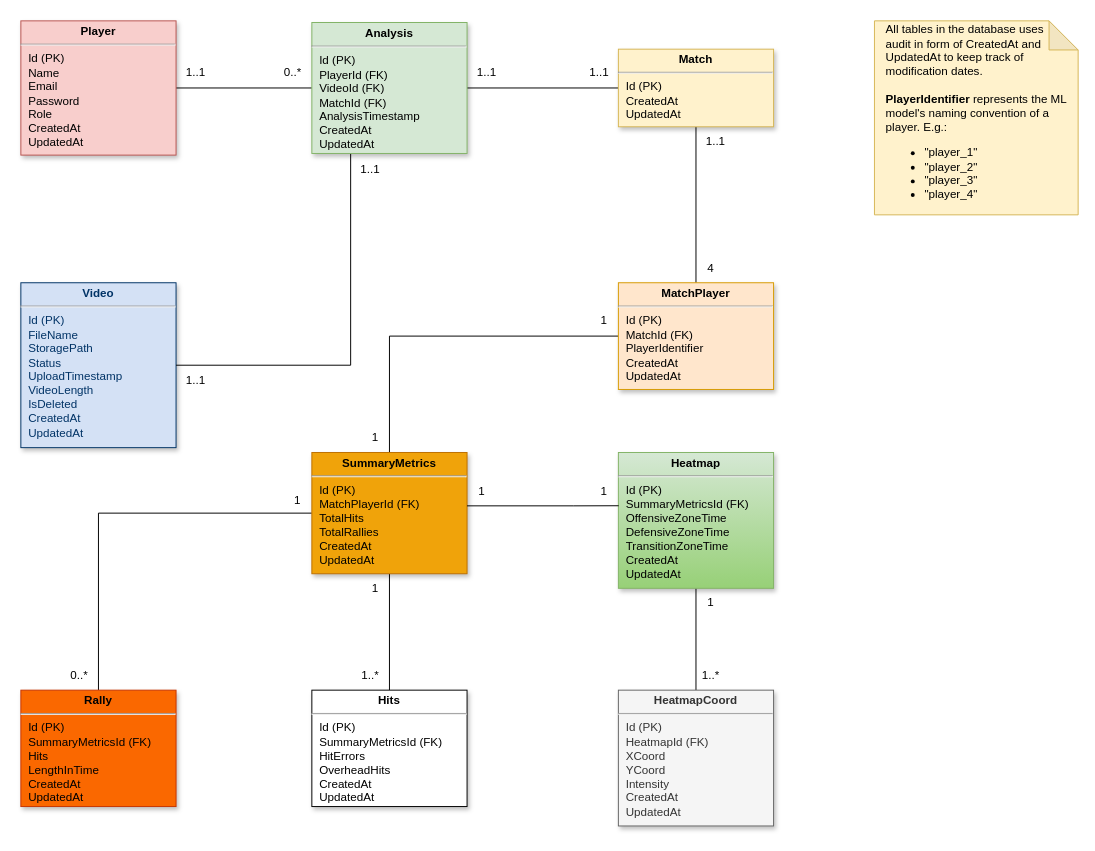
Before: Documentation/Analysis/Diagrams/RelationalModel.drawio in Olsen7351/Bachlor2025-Padel, a draw.io diagram. Source tidied: cells renumbered, new cells numbered last; positions are measured from the earlier drawing's top-left corner, leaving out a move shared by most shapes. Both pictures are drawn from the tidied source at 97%, with x=0, y=0 at pixel (20, 20).
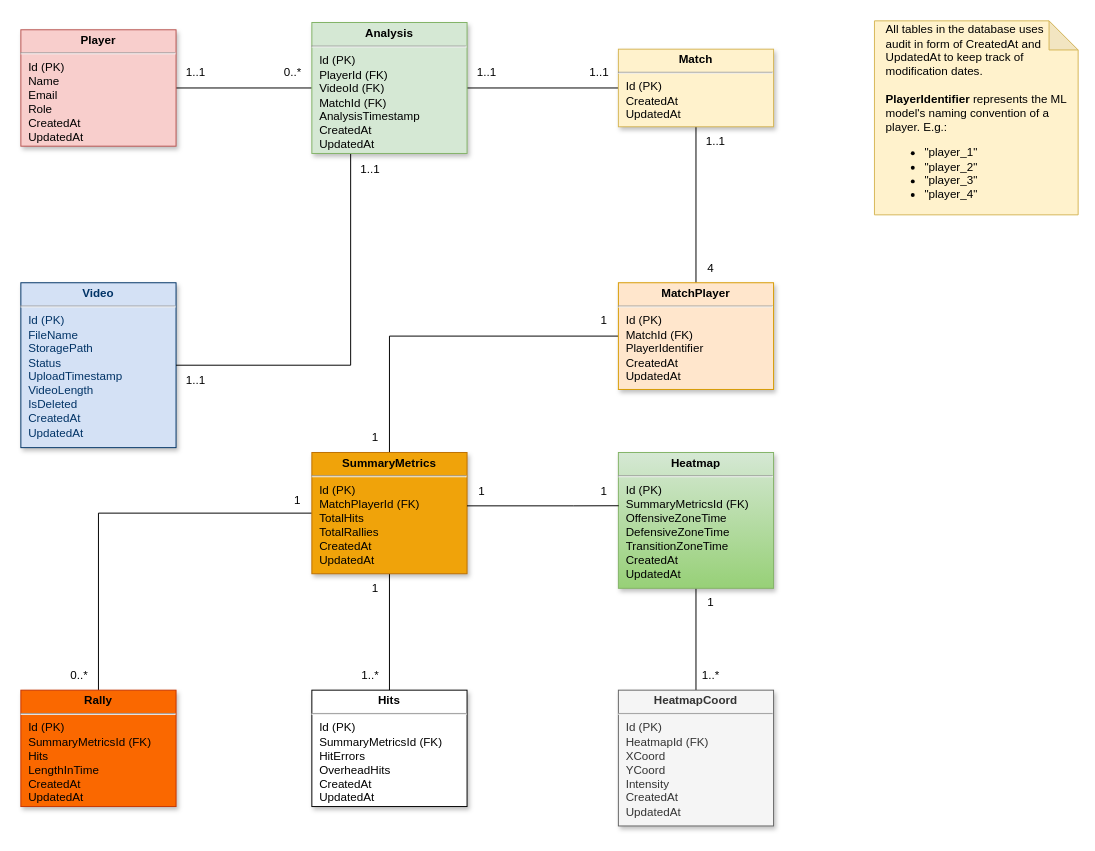
The same diagram, later.

Change to the diagram source:
```diff
@@
-    <mxCell id="3" value="&lt;p style=&quot;margin: 4px 0px 0px; text-align: center;&quot;&gt;&lt;b style=&quot;&quot;&gt;Player&lt;/b&gt;&lt;/p&gt;&lt;hr&gt;&lt;p style=&quot;margin: 0px; margin-left: 8px;&quot;&gt;Id (PK)&lt;/p&gt;&lt;p style=&quot;margin: 0px; margin-left: 8px;&quot;&gt;Name&lt;/p&gt;&lt;p style=&quot;margin: 0px; margin-left: 8px;&quot;&gt;Email&lt;/p&gt;&lt;p style=&quot;margin: 0px; margin-left: 8px;&quot;&gt;Password&lt;/p&gt;&lt;p style=&quot;margin: 0px; margin-left: 8px;&quot;&gt;Role&lt;/p&gt;&lt;p style=&quot;margin: 0px; margin-left: 8px;&quot;&gt;CreatedAt&lt;/p&gt;&lt;p style=&quot;margin: 0px; margin-left: 8px;&quot;&gt;UpdatedAt&lt;/p&gt;" style="verticalAlign=top;align=left;overflow=fill;fontSize=12;fontFamily=Helvetica;html=1;strokeColor=#b85450;shadow=1;fillColor=#f8cecc;" parent="1" vertex="1">
-      <mxGeometry width="160" height="138.4" as="geometry" />
+    <mxCell id="3" value="&lt;p style=&quot;margin: 4px 0px 0px; text-align: center;&quot;&gt;&lt;b style=&quot;&quot;&gt;Player&lt;/b&gt;&lt;/p&gt;&lt;hr&gt;&lt;p style=&quot;margin: 0px; margin-left: 8px;&quot;&gt;Id (PK)&lt;/p&gt;&lt;p style=&quot;margin: 0px; margin-left: 8px;&quot;&gt;Name&lt;/p&gt;&lt;p style=&quot;margin: 0px; margin-left: 8px;&quot;&gt;Email&lt;/p&gt;&lt;p style=&quot;margin: 0px; margin-left: 8px;&quot;&gt;Role&lt;/p&gt;&lt;p style=&quot;margin: 0px; margin-left: 8px;&quot;&gt;CreatedAt&lt;/p&gt;&lt;p style=&quot;margin: 0px; margin-left: 8px;&quot;&gt;UpdatedAt&lt;/p&gt;" style="verticalAlign=top;align=left;overflow=fill;fontSize=12;fontFamily=Helvetica;html=1;strokeColor=#b85450;shadow=1;fillColor=#f8cecc;" parent="1" vertex="1">
+      <mxGeometry y="9.2" width="160" height="120" as="geometry" />
     </mxCell>
```
